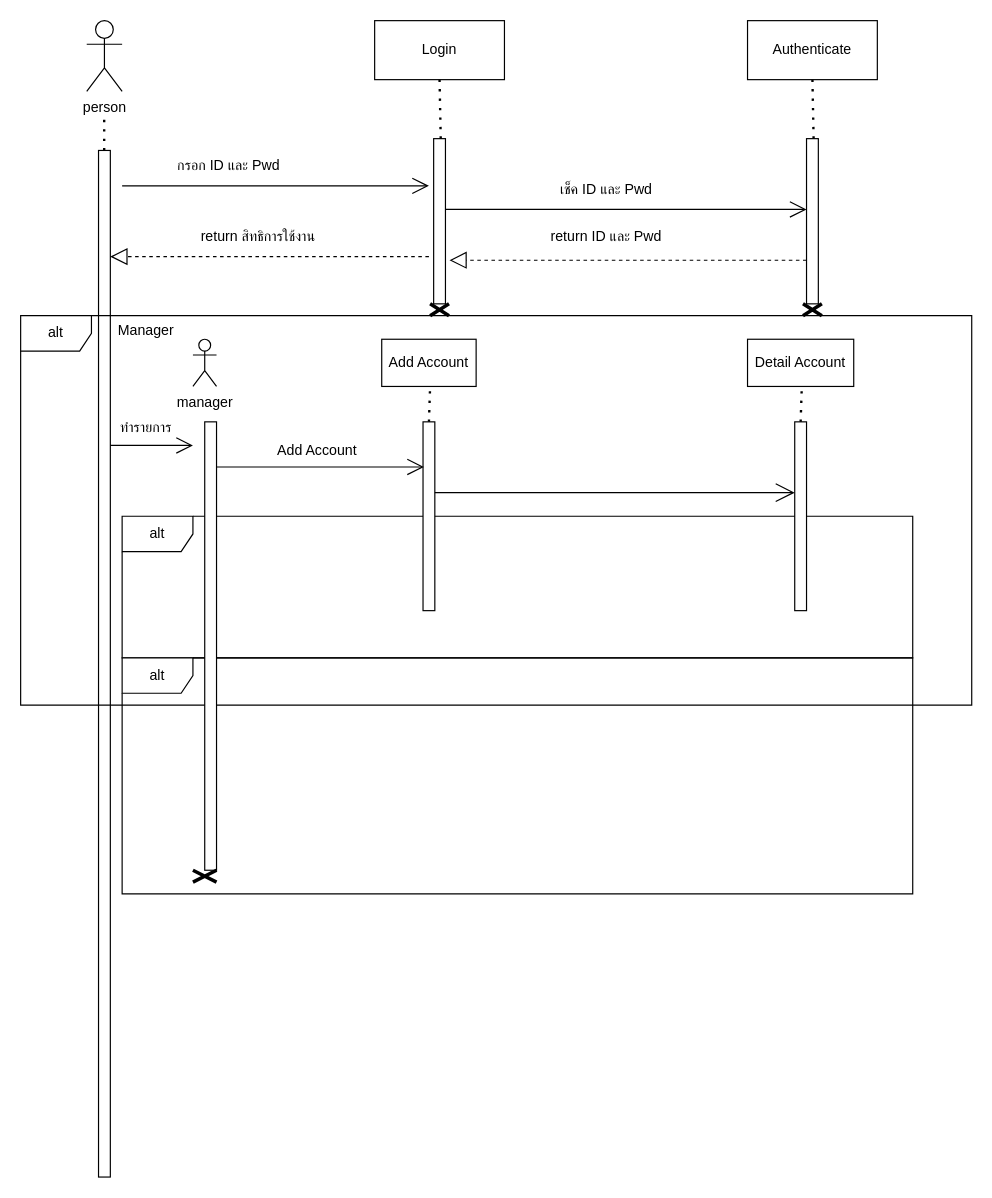
This is OOSELab4_Sequence.drawio from Supatchai2003/OOSE-, a draw.io file, before an edit. Source tidied: cells renumbered, new cells numbered last; positions are measured from the earlier drawing's top-left corner, leaving out a move shared by most shapes. Both pictures are drawn from the tidied source at 118%, with x=0, y=0 at pixel (20, 20).
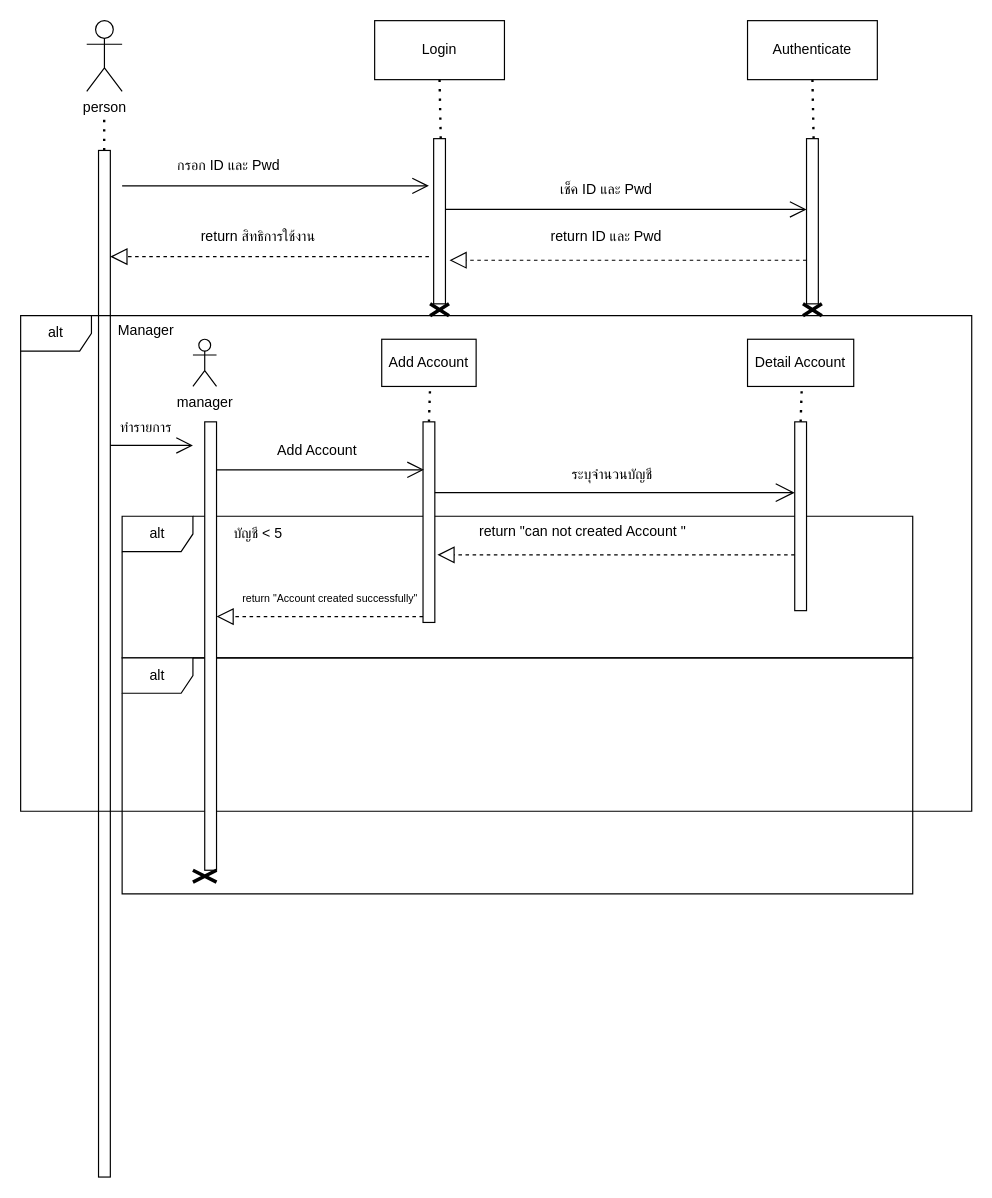
The same page after the edit.

Unchanged cells that the change refers to:
```xml
<mxCell id="27" style="html=1;points=[[0,0,0,0,5],[0,1,0,0,-5],[1,0,0,0,5],[1,1,0,0,-5]];perimeter=orthogonalPerimeter;outlineConnect=0;targetShapes=umlLifeline;portConstraint=eastwest;newEdgeStyle={&quot;curved&quot;:0,&quot;rounded&quot;:0};" parent="1" vertex="1">
  <mxGeometry x="156" y="340" width="10" height="380" as="geometry" />
</mxCell>
<mxCell id="33" style="html=1;points=[[0,0,0,0,5],[0,1,0,0,-5],[1,0,0,0,5],[1,1,0,0,-5]];perimeter=orthogonalPerimeter;outlineConnect=0;targetShapes=umlLifeline;portConstraint=eastwest;newEdgeStyle={&quot;curved&quot;:0,&quot;rounded&quot;:0};" parent="1" vertex="1">
  <mxGeometry x="656" y="340" width="10" height="160" as="geometry" />
</mxCell>
```

Diff of the diagram source:
```diff
@@
     <mxCell id="20" value="alt" style="shape=umlFrame;whiteSpace=wrap;html=1;" parent="1" vertex="1">
-      <mxGeometry y="250" width="806" height="330" as="geometry" />
+      <mxGeometry y="250" width="806" height="420" as="geometry" />
     </mxCell>
@@
     <mxCell id="31" style="html=1;points=[[0,0,0,0,5],[0,1,0,0,-5],[1,0,0,0,5],[1,1,0,0,-5]];perimeter=orthogonalPerimeter;outlineConnect=0;targetShapes=umlLifeline;portConstraint=eastwest;newEdgeStyle={&quot;curved&quot;:0,&quot;rounded&quot;:0};" parent="1" vertex="1">
-      <mxGeometry x="341" y="340" width="10" height="160" as="geometry" />
+      <mxGeometry x="341" y="340" width="10" height="170" as="geometry" />
     </mxCell>
@@
+    <mxCell id="39" value="ระบุจำนวนบัญชี" style="text;html=1;align=center;verticalAlign=middle;strokeColor=none;fillColor=none;" parent="1" vertex="1">
+      <mxGeometry x="451" y="370" width="100" height="30" as="geometry" />
+    </mxCell>
+    <mxCell id="40" value="บัญชี &amp;lt; 5" style="text;html=1;align=center;verticalAlign=middle;strokeColor=none;fillColor=none;" parent="1" vertex="1">
+      <mxGeometry x="166" y="420" width="70" height="30" as="geometry" />
+    </mxCell>
+    <mxCell id="41" style="endArrow=block;dashed=1;endFill=0;endSize=12;html=1;rounded=0;" parent="1" edge="1">
+      <mxGeometry relative="1" as="geometry">
+        <mxPoint x="526" y="480" as="sourcePoint" />
+        <mxPoint x="526" y="480" as="targetPoint" />
+      </mxGeometry>
+    </mxCell>
+    <mxCell id="42" style="endArrow=block;dashed=1;endFill=0;endSize=12;html=1;rounded=0;entryX=1.22;entryY=0.663;entryDx=0;entryDy=0;entryPerimeter=0;" parent="1" edge="1" source="33" target="31">
+      <mxGeometry relative="1" as="geometry" />
+    </mxCell>
+    <mxCell id="43" value="return &quot;can not created Account &quot;" style="text;html=1;align=center;verticalAlign=middle;strokeColor=none;fillColor=none;" parent="1" vertex="1">
+      <mxGeometry x="376" y="418" width="200" height="30" as="geometry" />
+    </mxCell>
+    <mxCell id="44" style="endArrow=block;dashed=1;endFill=0;endSize=12;html=1;rounded=0;exitX=0;exitY=1;exitDx=0;exitDy=-5;exitPerimeter=0;" parent="1" edge="1" source="31" target="27">
+      <mxGeometry relative="1" as="geometry" />
+    </mxCell>
+    <mxCell id="45" value="return &quot;Account created successfully&quot;" style="text;html=1;align=center;verticalAlign=middle;strokeColor=none;fillColor=none;fontSize=9;" parent="1" vertex="1">
+      <mxGeometry x="177" y="480" width="170" height="20" as="geometry" />
+    </mxCell>
```
